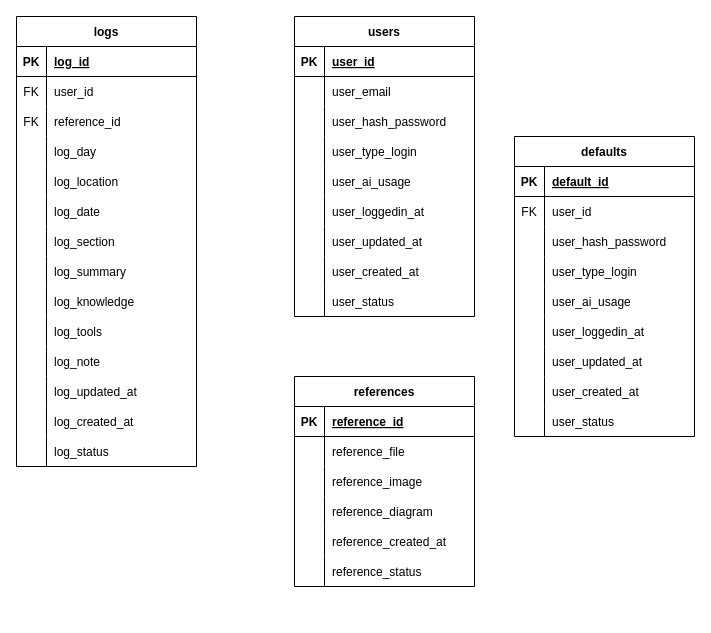
Above: documentation/erd.drawio in Danialdev01/MyKvLog (draw.io), before the change. Source tidied: cells renumbered, new cells numbered last; positions are measured from the earlier drawing's top-left corner, leaving out a move shared by most shapes. Both pictures are drawn from the tidied source at 100%, with x=0, y=0 at pixel (16, 16).
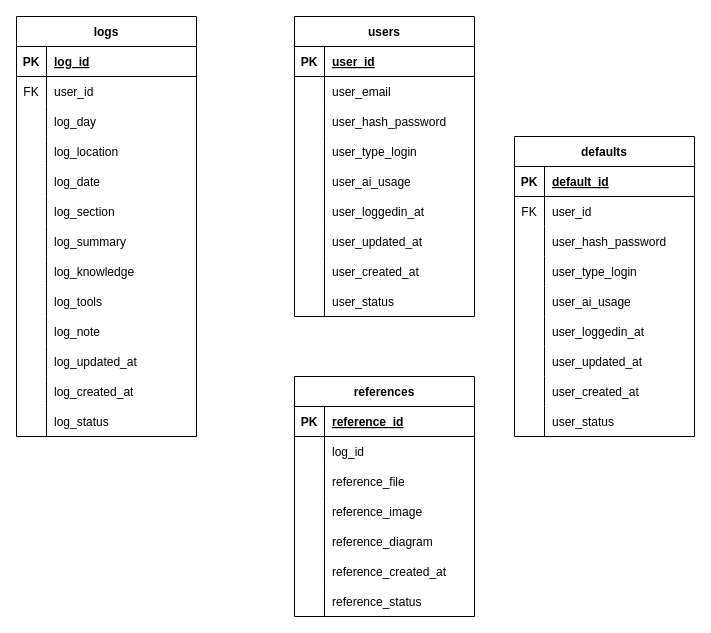
Above is the later version.

Diff of the diagram source:
```diff
@@
     <mxCell id="2" value="logs" style="shape=table;startSize=30;childLayout=tableLayout;rowLines=0;fontStyle=1;align=center;" parent="1" vertex="1">
-      <mxGeometry width="180" height="450" as="geometry" />
+      <mxGeometry width="180" height="420" as="geometry" />
     </mxCell>
@@
-    <mxCell id="9" style="shape=tableRow;horizontal=0;startSize=0;swimlaneHead=0;swimlaneBody=0;fillColor=none;top=0;left=0;right=0;bottom=0;" parent="2" vertex="1">
-      <mxGeometry y="90" width="180" height="30" as="geometry" />
-    </mxCell>
-    <mxCell id="10" value="FK" style="shape=partialRectangle;fillColor=none;top=0;left=0;bottom=0;right=0;overflow=hidden;" parent="9" vertex="1">
-      <mxGeometry width="30" height="30" as="geometry" />
-    </mxCell>
-    <mxCell id="11" value="reference_id" style="shape=partialRectangle;fillColor=none;top=0;left=0;bottom=0;right=0;align=left;spacingLeft=6;overflow=hidden;" parent="9" vertex="1">
-      <mxGeometry x="30" width="150" height="30" as="geometry" />
-    </mxCell>
     <mxCell id="12" style="shape=tableRow;horizontal=0;startSize=0;swimlaneHead=0;swimlaneBody=0;fillColor=none;top=0;left=0;right=0;bottom=0;" parent="2" vertex="1">
-      <mxGeometry y="120" width="180" height="30" as="geometry" />
+      <mxGeometry y="90" width="180" height="30" as="geometry" />
     </mxCell>
@@
     <mxCell id="15" style="shape=tableRow;horizontal=0;startSize=0;swimlaneHead=0;swimlaneBody=0;fillColor=none;top=0;left=0;right=0;bottom=0;" parent="2" vertex="1">
-      <mxGeometry y="150" width="180" height="30" as="geometry" />
+      <mxGeometry y="120" width="180" height="30" as="geometry" />
     </mxCell>
@@
     <mxCell id="18" style="shape=tableRow;horizontal=0;startSize=0;swimlaneHead=0;swimlaneBody=0;fillColor=none;top=0;left=0;right=0;bottom=0;" parent="2" vertex="1">
-      <mxGeometry y="180" width="180" height="30" as="geometry" />
+      <mxGeometry y="150" width="180" height="30" as="geometry" />
     </mxCell>
@@
     <mxCell id="21" style="shape=tableRow;horizontal=0;startSize=0;swimlaneHead=0;swimlaneBody=0;fillColor=none;top=0;left=0;right=0;bottom=0;" parent="2" vertex="1">
-      <mxGeometry y="210" width="180" height="30" as="geometry" />
+      <mxGeometry y="180" width="180" height="30" as="geometry" />
     </mxCell>
@@
     <mxCell id="24" style="shape=tableRow;horizontal=0;startSize=0;swimlaneHead=0;swimlaneBody=0;fillColor=none;top=0;left=0;right=0;bottom=0;" parent="2" vertex="1">
-      <mxGeometry y="240" width="180" height="30" as="geometry" />
+      <mxGeometry y="210" width="180" height="30" as="geometry" />
     </mxCell>
@@
     <mxCell id="27" style="shape=tableRow;horizontal=0;startSize=0;swimlaneHead=0;swimlaneBody=0;fillColor=none;top=0;left=0;right=0;bottom=0;" parent="2" vertex="1">
-      <mxGeometry y="270" width="180" height="30" as="geometry" />
+      <mxGeometry y="240" width="180" height="30" as="geometry" />
     </mxCell>
@@
     <mxCell id="30" style="shape=tableRow;horizontal=0;startSize=0;swimlaneHead=0;swimlaneBody=0;fillColor=none;top=0;left=0;right=0;bottom=0;" parent="2" vertex="1">
-      <mxGeometry y="300" width="180" height="30" as="geometry" />
+      <mxGeometry y="270" width="180" height="30" as="geometry" />
     </mxCell>
@@
     <mxCell id="33" style="shape=tableRow;horizontal=0;startSize=0;swimlaneHead=0;swimlaneBody=0;fillColor=none;top=0;left=0;right=0;bottom=0;" parent="2" vertex="1">
-      <mxGeometry y="330" width="180" height="30" as="geometry" />
+      <mxGeometry y="300" width="180" height="30" as="geometry" />
     </mxCell>
@@
     <mxCell id="36" style="shape=tableRow;horizontal=0;startSize=0;swimlaneHead=0;swimlaneBody=0;fillColor=none;top=0;left=0;right=0;bottom=0;" parent="2" vertex="1">
-      <mxGeometry y="360" width="180" height="30" as="geometry" />
+      <mxGeometry y="330" width="180" height="30" as="geometry" />
     </mxCell>
@@
     <mxCell id="39" style="shape=tableRow;horizontal=0;startSize=0;swimlaneHead=0;swimlaneBody=0;fillColor=none;top=0;left=0;right=0;bottom=0;" parent="2" vertex="1">
-      <mxGeometry y="390" width="180" height="30" as="geometry" />
+      <mxGeometry y="360" width="180" height="30" as="geometry" />
     </mxCell>
@@
     <mxCell id="42" style="shape=tableRow;horizontal=0;startSize=0;swimlaneHead=0;swimlaneBody=0;fillColor=none;top=0;left=0;right=0;bottom=0;" parent="2" vertex="1">
-      <mxGeometry y="420" width="180" height="30" as="geometry" />
+      <mxGeometry y="390" width="180" height="30" as="geometry" />
     </mxCell>
@@
     <mxCell id="73" value="references" style="shape=table;startSize=30;childLayout=tableLayout;rowLines=0;fontStyle=1;align=center;" parent="1" vertex="1">
-      <mxGeometry x="278" y="360" width="180" height="210" as="geometry" />
+      <mxGeometry x="278" y="360" width="180" height="240" as="geometry" />
     </mxCell>
@@
+    <mxCell id="120" style="shape=tableRow;horizontal=0;startSize=0;swimlaneHead=0;swimlaneBody=0;fillColor=none;top=0;left=0;right=0;bottom=0;" parent="73" vertex="1">
+      <mxGeometry y="60" width="180" height="30" as="geometry" />
+    </mxCell>
+    <mxCell id="121" style="shape=partialRectangle;fillColor=none;top=0;left=0;bottom=0;right=0;overflow=hidden;" parent="120" vertex="1">
+      <mxGeometry width="30" height="30" as="geometry" />
+    </mxCell>
+    <mxCell id="122" value="log_id" style="shape=partialRectangle;fillColor=none;top=0;left=0;bottom=0;right=0;align=left;spacingLeft=6;overflow=hidden;" parent="120" vertex="1">
+      <mxGeometry x="30" width="150" height="30" as="geometry" />
+    </mxCell>
     <mxCell id="77" style="shape=tableRow;horizontal=0;startSize=0;swimlaneHead=0;swimlaneBody=0;fillColor=none;top=0;left=0;right=0;bottom=0;" parent="73" vertex="1">
-      <mxGeometry y="60" width="180" height="30" as="geometry" />
+      <mxGeometry y="90" width="180" height="30" as="geometry" />
     </mxCell>
@@
     <mxCell id="80" style="shape=tableRow;horizontal=0;startSize=0;swimlaneHead=0;swimlaneBody=0;fillColor=none;top=0;left=0;right=0;bottom=0;" parent="73" vertex="1">
-      <mxGeometry y="90" width="180" height="30" as="geometry" />
+      <mxGeometry y="120" width="180" height="30" as="geometry" />
     </mxCell>
@@
     <mxCell id="83" style="shape=tableRow;horizontal=0;startSize=0;swimlaneHead=0;swimlaneBody=0;fillColor=none;top=0;left=0;right=0;bottom=0;" parent="73" vertex="1">
-      <mxGeometry y="120" width="180" height="30" as="geometry" />
+      <mxGeometry y="150" width="180" height="30" as="geometry" />
     </mxCell>
@@
     <mxCell id="86" style="shape=tableRow;horizontal=0;startSize=0;swimlaneHead=0;swimlaneBody=0;fillColor=none;top=0;left=0;right=0;bottom=0;" parent="73" vertex="1">
-      <mxGeometry y="150" width="180" height="30" as="geometry" />
+      <mxGeometry y="180" width="180" height="30" as="geometry" />
     </mxCell>
@@
     <mxCell id="89" style="shape=tableRow;horizontal=0;startSize=0;swimlaneHead=0;swimlaneBody=0;fillColor=none;top=0;left=0;right=0;bottom=0;" parent="73" vertex="1">
-      <mxGeometry y="180" width="180" height="30" as="geometry" />
+      <mxGeometry y="210" width="180" height="30" as="geometry" />
     </mxCell>
```
